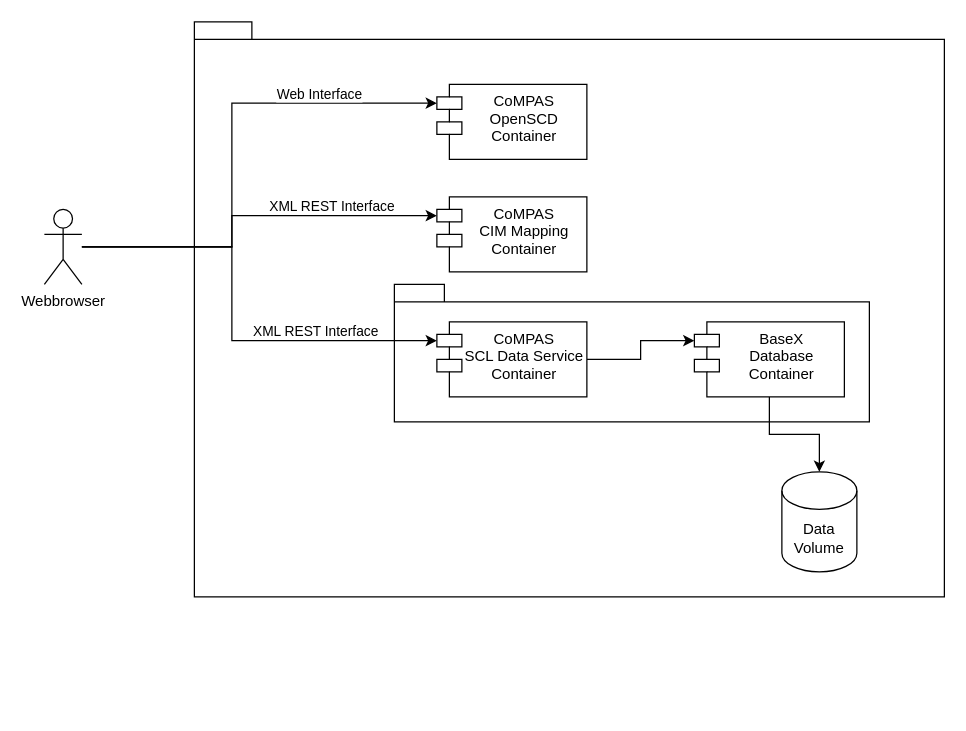
Before: blob-files/CoMPAS-DeploymentView.drawio in com-pas/compas-architecture, a draw.io diagram. Source tidied: cells renumbered, new cells numbered last; positions are measured from the earlier drawing's top-left corner, leaving out a move shared by most shapes. Both pictures are drawn from the tidied source at 125%, with x=0, y=0 at pixel (44, 21).
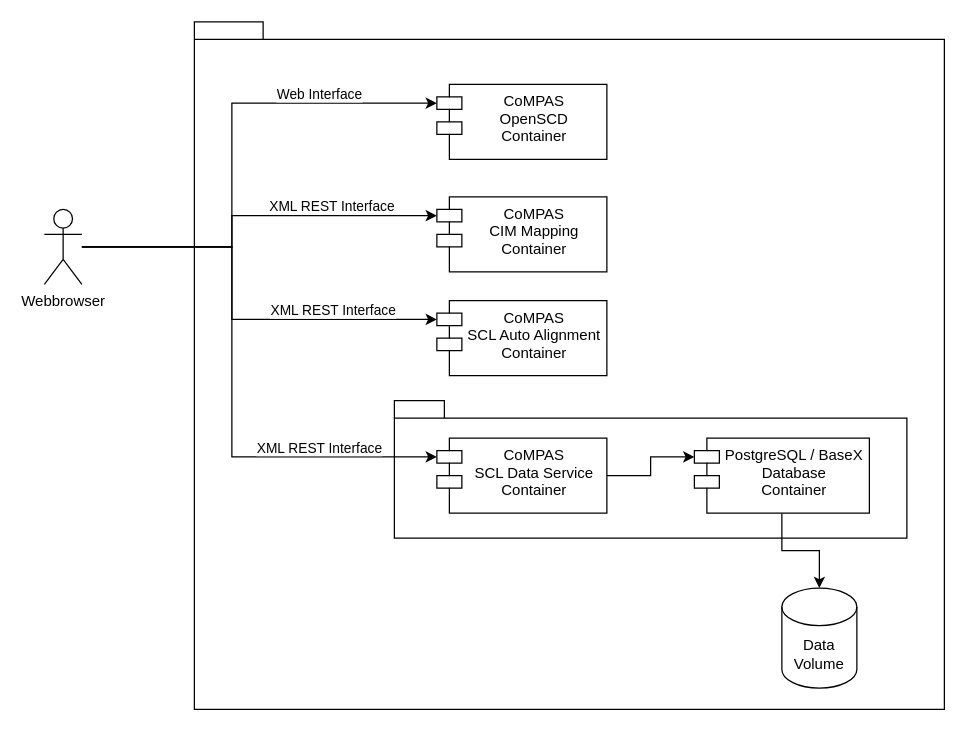
The same page after the edit.

Commit message (it also covers changes not shown here):
Added SCL Auto Alignment to diagram.

The change refers to these unchanged cells:
```xml
<mxCell id="10" value="Webbrowser" style="shape=umlActor;verticalLabelPosition=bottom;verticalAlign=top;html=1;" parent="1" vertex="1">
  <mxGeometry y="150" width="30" height="60" as="geometry" />
</mxCell>
```

The edit, as a diff of the source:
```diff
@@
     <mxCell id="2" style="shape=folder;fontStyle=1;spacingTop=10;tabWidth=40;tabHeight=14;tabPosition=left;html=1;" parent="1" vertex="1">
-      <mxGeometry x="120" width="600" height="460" as="geometry" />
+      <mxGeometry x="120" width="600" height="550" as="geometry" />
     </mxCell>
     <mxCell id="3" style="shape=folder;fontStyle=1;spacingTop=10;tabWidth=40;tabHeight=14;tabPosition=left;html=1;" parent="1" vertex="1">
-      <mxGeometry x="280" y="210" width="380" height="110" as="geometry" />
+      <mxGeometry x="280" y="303" width="410" height="110" as="geometry" />
     </mxCell>
@@
     <mxCell id="8" style="edgeStyle=orthogonalEdgeStyle;rounded=0;jettySize=auto;html=1;entryX=0;entryY=0;entryDx=0;entryDy=15;entryPerimeter=0;" parent="1" edge="1" source="10" target="14">
       <mxGeometry relative="1" as="geometry">
         <Array as="points">
           <mxPoint x="150" y="180" />
-          <mxPoint x="150" y="255" />
+          <mxPoint x="150" y="348" />
         </Array>
       </mxGeometry>
     </mxCell>
     <mxCell id="9" value="XML REST Interface" style="edgeLabel;html=1;align=center;verticalAlign=middle;" parent="8" vertex="1">
       <mxGeometry x="0.53" y="4" relative="1" as="geometry">
-        <mxPoint x="-14" y="-4" as="offset" />
+        <mxPoint x="11" y="-4" as="offset" />
       </mxGeometry>
     </mxCell>
@@
     <mxCell id="11" value="CoMPAS &#10;OpenSCD&#10;Container" style="shape=module;align=left;spacingLeft=20;align=center;verticalAlign=top;" parent="1" vertex="1">
-      <mxGeometry x="314" y="50" width="120" height="60" as="geometry" />
+      <mxGeometry x="314" y="50" width="136" height="60" as="geometry" />
     </mxCell>
     <mxCell id="12" value="CoMPAS &#10;CIM Mapping&#10;Container" style="shape=module;align=left;spacingLeft=20;align=center;verticalAlign=top;" parent="1" vertex="1">
-      <mxGeometry x="314" y="140" width="120" height="60" as="geometry" />
+      <mxGeometry x="314" y="140" width="136" height="60" as="geometry" />
     </mxCell>
@@
     <mxCell id="14" value="CoMPAS &#10;SCL Data Service&#10;Container" style="shape=module;align=left;spacingLeft=20;align=center;verticalAlign=top;" parent="1" vertex="1">
-      <mxGeometry x="314" y="240" width="120" height="60" as="geometry" />
+      <mxGeometry x="314" y="333" width="136" height="60" as="geometry" />
     </mxCell>
@@
-    <mxCell id="16" value="BaseX&#10;Database&#10;Container" style="shape=module;align=left;spacingLeft=20;align=center;verticalAlign=top;" parent="1" vertex="1">
-      <mxGeometry x="520" y="240" width="120" height="60" as="geometry" />
+    <mxCell id="16" value="PostgreSQL / BaseX&#10;Database&#10;Container" style="shape=module;align=left;spacingLeft=20;align=center;verticalAlign=top;" parent="1" vertex="1">
+      <mxGeometry x="520" y="333" width="140" height="60" as="geometry" />
     </mxCell>
     <mxCell id="17" value="Data&lt;br&gt;Volume" style="shape=cylinder3;whiteSpace=wrap;html=1;boundedLbl=1;backgroundOutline=1;size=15;" parent="1" vertex="1">
-      <mxGeometry x="590" y="360" width="60" height="80" as="geometry" />
+      <mxGeometry x="590" y="453" width="60" height="80" as="geometry" />
     </mxCell>
+    <mxCell id="18" value="CoMPAS &#10;SCL Auto Alignment&#10;Container" style="shape=module;align=left;spacingLeft=20;align=center;verticalAlign=top;" parent="1" vertex="1">
+      <mxGeometry x="314" y="223" width="136" height="60" as="geometry" />
+    </mxCell>
+    <mxCell id="19" style="edgeStyle=orthogonalEdgeStyle;rounded=0;jettySize=auto;html=1;entryX=0;entryY=0;entryDx=0;entryDy=15;entryPerimeter=0;" parent="1" edge="1" target="18">
+      <mxGeometry relative="1" as="geometry">
+        <mxPoint x="30" y="180" as="sourcePoint" />
+        <Array as="points">
+          <mxPoint x="150" y="180" />
+          <mxPoint x="150" y="238" />
+        </Array>
+      </mxGeometry>
+    </mxCell>
+    <mxCell id="20" value="XML REST Interface" style="edgeLabel;html=1;align=center;verticalAlign=middle;" parent="19" vertex="1">
+      <mxGeometry x="0.45" y="-2" relative="1" as="geometry">
+        <mxPoint x="10" y="-10" as="offset" />
+      </mxGeometry>
+    </mxCell>
```
